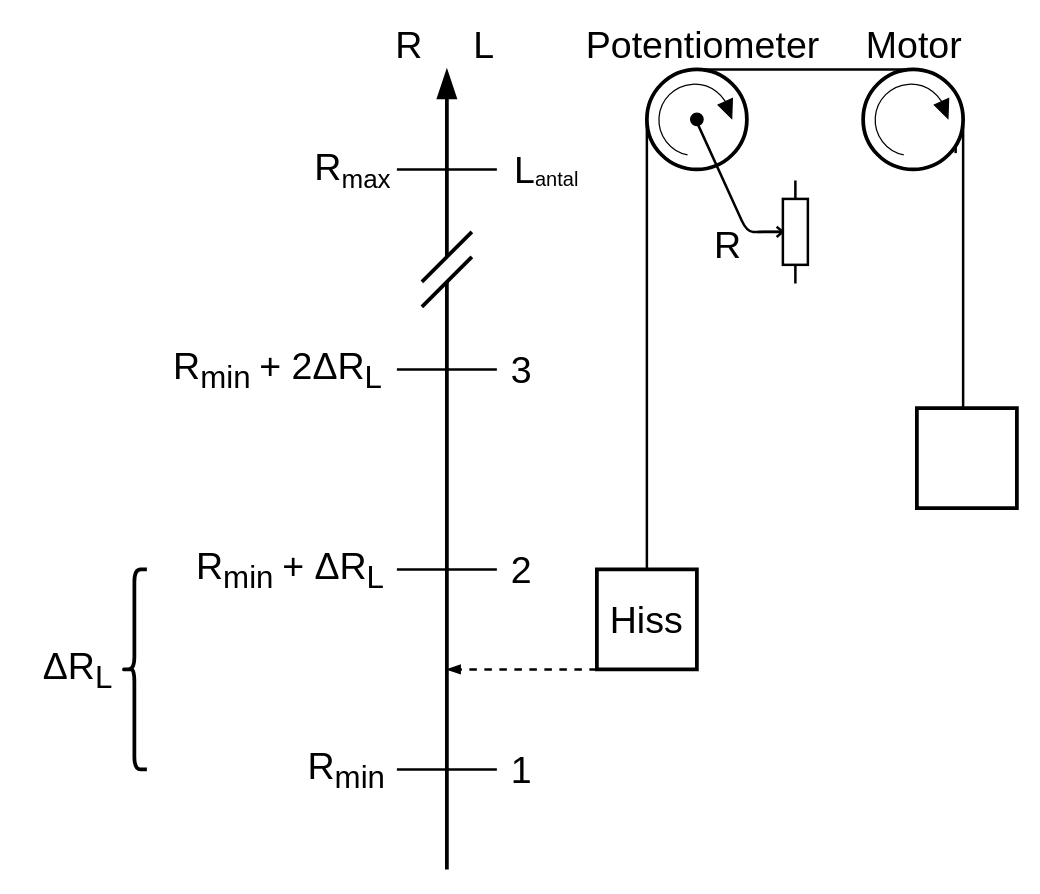
GottfridOlsson/TIF083-LabVIEW keeps this draw.io diagram as Bilder och figurer/Drawio/Hiss_diagram_2.drawio. Above is the earlier version. Source tidied: cells renumbered, new cells numbered last; positions are measured from the earlier drawing's top-left corner, leaving out a move shared by most shapes. Both pictures are drawn from the tidied source at 125%, with x=0, y=0 at pixel (21, 31).
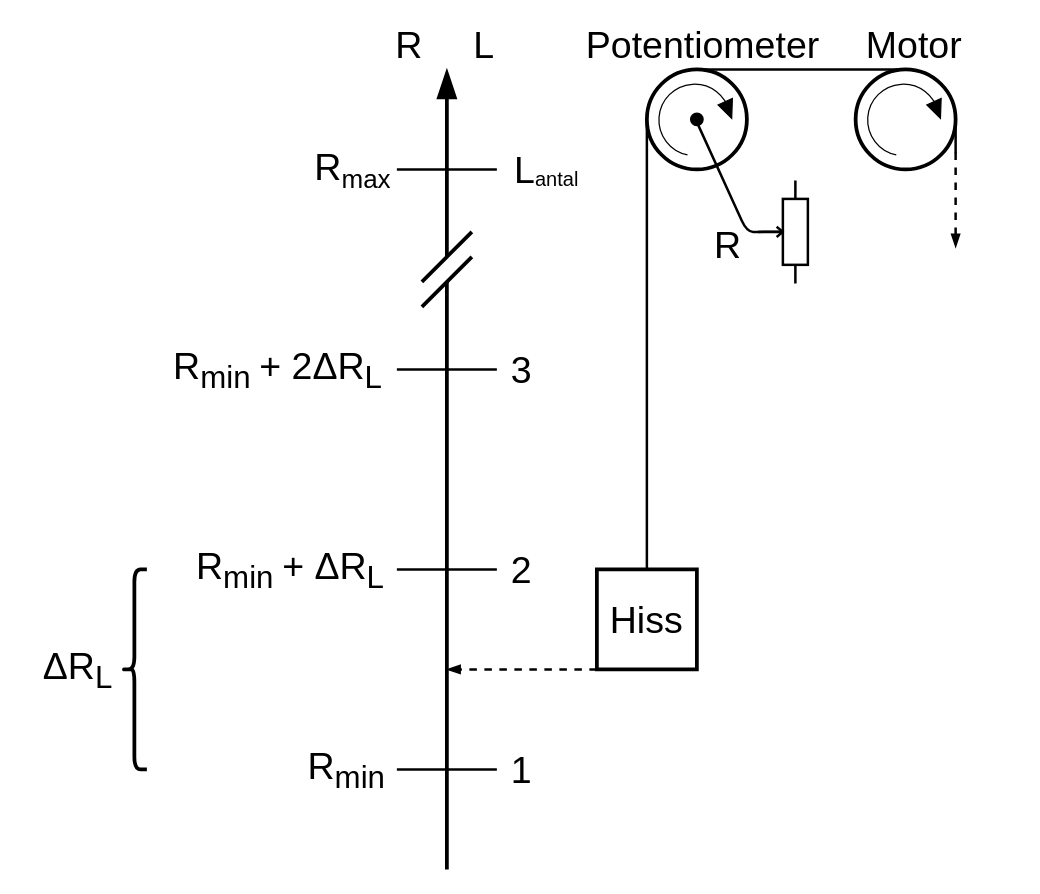
Above is the later version.

The edit, as a diff of the source:
```diff
@@
+    <mxCell id="40" style="endArrow=blockThin;dashed=1;html=1;strokeWidth=2;endFill=1;fontFamily=CMU Serif;fontStyle=0;" parent="1" edge="1">
+      <mxGeometry relative="1" as="geometry">
+        <mxPoint x="747" y="96.5" as="sourcePoint" />
+        <mxPoint x="747" y="172.5" as="targetPoint" />
+      </mxGeometry>
+    </mxCell>
@@
     <mxCell id="36" style="ellipse;whiteSpace=wrap;html=1;rounded=0;sketch=0;strokeWidth=3;fontFamily=CMU Serif;fontStyle=0;" parent="1" vertex="1">
-      <mxGeometry x="673" y="30" width="80" height="80" as="geometry" />
+      <mxGeometry x="667" y="30" width="80" height="80" as="geometry" />
     </mxCell>
     <mxCell id="37" style="verticalLabelPosition=bottom;shadow=0;dashed=0;align=center;html=1;verticalAlign=top;shape=mxgraph.electrical.rot_mech.verticalLabelPosition=bottom;shadow=0;dashed=0;align=center;fillColor=strokeColor;html=1;verticalAlign=top;strokeWidth=1;shape=mxgraph.electrical.rot_mech.rotation;rounded=0;sketch=0;rotation=-45;flipV=1;fontFamily=CMU Serif;fontStyle=0;" parent="1" vertex="1">
-      <mxGeometry x="675.4" y="40.5" width="65.2" height="51" as="geometry" />
+      <mxGeometry x="669.4" y="40.5" width="65.2" height="51" as="geometry" />
     </mxCell>
-    <mxCell id="38" style="endArrow=none;html=1;strokeWidth=2;fontFamily=CMU Serif;fontStyle=0;" parent="1" edge="1">
-      <mxGeometry relative="1" as="geometry">
-        <mxPoint x="753" y="301" as="sourcePoint" />
-        <mxPoint x="753" y="75" as="targetPoint" />
-      </mxGeometry>
-    </mxCell>
-    <mxCell id="39" style="whiteSpace=wrap;html=1;strokeWidth=3;fontFamily=CMU Serif;fontStyle=0;" parent="1" vertex="1">
-      <mxGeometry x="716" y="301" width="80" height="80" as="geometry" />
-    </mxCell>
```
